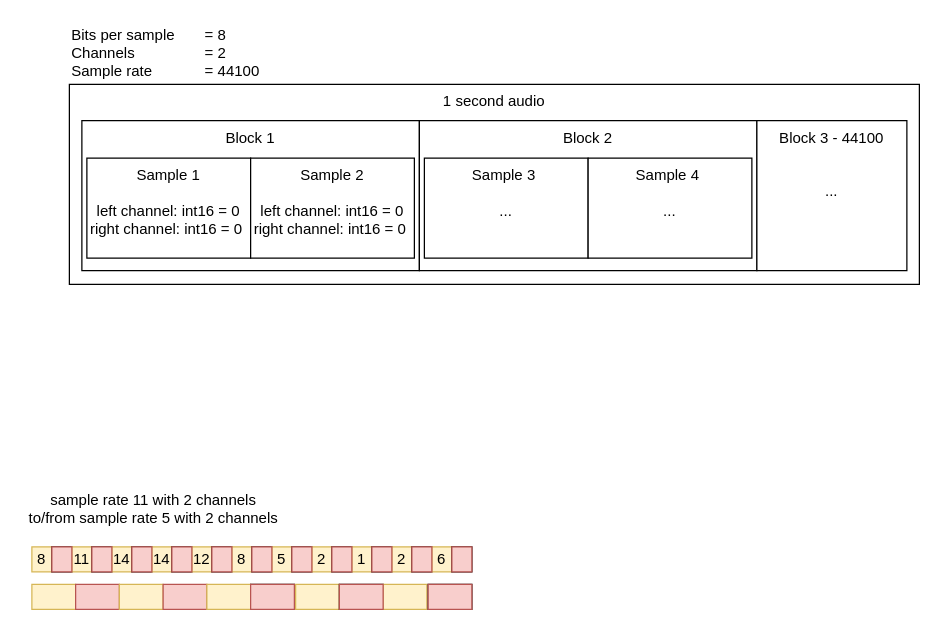
Above: resources/doc/wave_audio_stream.drawio in NtFreX/NtFreX.Audio (draw.io), before the change. Source tidied: cells renumbered, new cells numbered last; positions are measured from the earlier drawing's top-left corner, leaving out a move shared by most shapes. Both pictures are drawn from the tidied source at 125%, with x=0, y=0 at pixel (21, 21).
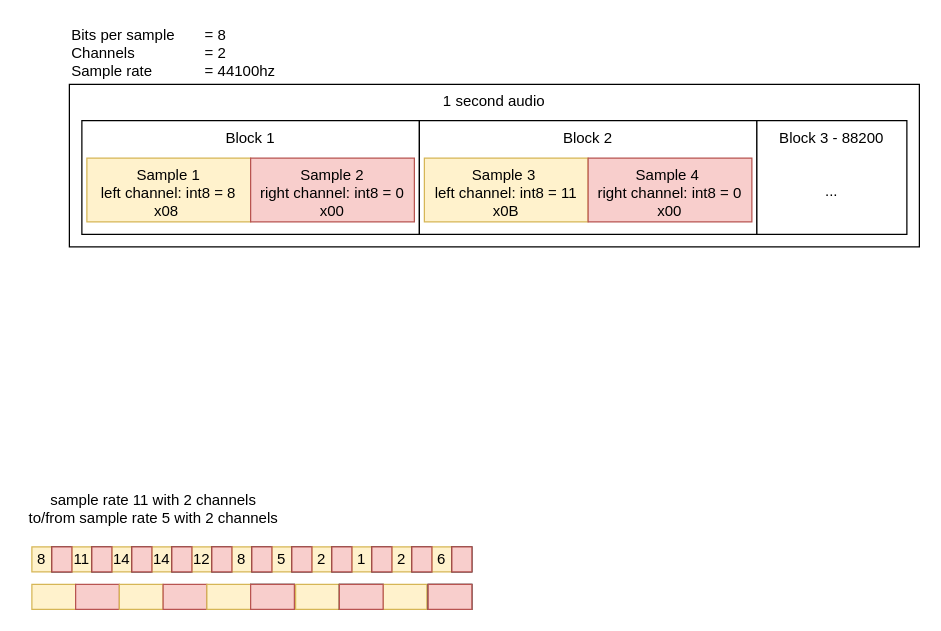
The same diagram, later.

What changed in the source:
```diff
@@
     <mxCell id="2" value="1 second audio" style="rounded=0;whiteSpace=wrap;html=1;align=center;verticalAlign=top;" parent="1" vertex="1">
-      <mxGeometry x="38" y="50" width="680" height="160" as="geometry" />
+      <mxGeometry x="38" y="50" width="680" height="130" as="geometry" />
     </mxCell>
     <mxCell id="3" value="Block 1" style="rounded=0;whiteSpace=wrap;html=1;align=center;verticalAlign=top;" parent="1" vertex="1">
-      <mxGeometry x="48" y="79" width="270" height="120" as="geometry" />
+      <mxGeometry x="48" y="79" width="270" height="91" as="geometry" />
     </mxCell>
-    <mxCell id="4" value="Sample 1&lt;br&gt;&lt;br&gt;left channel: int16 = 0&lt;br&gt;right channel: int16 = 0&amp;nbsp;" style="rounded=0;whiteSpace=wrap;html=1;verticalAlign=top;" parent="1" vertex="1">
-      <mxGeometry x="52" y="109" width="131" height="80" as="geometry" />
+    <mxCell id="4" value="Sample 1&lt;br&gt;left channel: int8 = 8&lt;br&gt;x08&amp;nbsp;" style="rounded=0;whiteSpace=wrap;html=1;verticalAlign=top;fillColor=#fff2cc;strokeColor=#d6b656;" parent="1" vertex="1">
+      <mxGeometry x="52" y="109" width="131" height="51" as="geometry" />
     </mxCell>
-    <mxCell id="5" value="Bits per sample &lt;span style=&quot;white-space: pre&quot;&gt;&#9;&lt;/span&gt;= 8&lt;br&gt;Channels&lt;span&gt;&#9;&lt;span style=&quot;white-space: pre&quot;&gt;&#9;&lt;/span&gt;&lt;span style=&quot;white-space: pre&quot;&gt;&#9;&lt;/span&gt;&lt;/span&gt;= 2&lt;br&gt;Sample rate&lt;span style=&quot;white-space: pre&quot;&gt;&#9;&lt;/span&gt;&lt;span style=&quot;white-space: pre&quot;&gt;&#9;&lt;/span&gt;= 44100" style="text;html=1;align=left;verticalAlign=middle;strokeColor=none;fillColor=none;" parent="1" vertex="1">
-      <mxGeometry x="38" width="170" height="50" as="geometry" />
+    <mxCell id="5" value="Bits per sample &lt;span style=&quot;white-space: pre&quot;&gt;&#9;&lt;/span&gt;= 8&lt;br&gt;Channels&lt;span&gt;&#9;&lt;span style=&quot;white-space: pre&quot;&gt;&#9;&lt;/span&gt;&lt;span style=&quot;white-space: pre&quot;&gt;&#9;&lt;/span&gt;&lt;/span&gt;= 2&lt;br&gt;Sample rate&lt;span style=&quot;white-space: pre&quot;&gt;&#9;&lt;/span&gt;&lt;span style=&quot;white-space: pre&quot;&gt;&#9;&lt;/span&gt;= 44100hz" style="text;html=1;align=left;verticalAlign=middle;strokeColor=none;fillColor=none;" parent="1" vertex="1">
+      <mxGeometry x="38" width="180" height="50" as="geometry" />
     </mxCell>
-    <mxCell id="6" value="Sample 2&lt;br&gt;&lt;br&gt;left channel: int16 = 0&lt;br&gt;right channel: int16 = 0&amp;nbsp;" style="rounded=0;whiteSpace=wrap;html=1;verticalAlign=top;" parent="1" vertex="1">
-      <mxGeometry x="183" y="109" width="131" height="80" as="geometry" />
+    <mxCell id="6" value="Sample 2&lt;br&gt;right channel: int8 = 0&lt;br&gt;x00" style="rounded=0;whiteSpace=wrap;html=1;verticalAlign=top;fillColor=#f8cecc;strokeColor=#b85450;" parent="1" vertex="1">
+      <mxGeometry x="183" y="109" width="131" height="51" as="geometry" />
     </mxCell>
     <mxCell id="7" value="Block 2" style="rounded=0;whiteSpace=wrap;html=1;align=center;verticalAlign=top;" parent="1" vertex="1">
-      <mxGeometry x="318" y="79" width="270" height="120" as="geometry" />
+      <mxGeometry x="318" y="79" width="270" height="91" as="geometry" />
     </mxCell>
-    <mxCell id="8" value="Sample 3&amp;nbsp;&lt;br&gt;&lt;br&gt;..." style="rounded=0;whiteSpace=wrap;html=1;verticalAlign=top;" parent="1" vertex="1">
-      <mxGeometry x="322" y="109" width="131" height="80" as="geometry" />
+    <mxCell id="8" value="Sample 3&amp;nbsp;&lt;br&gt;left channel: int8 = 11&lt;br&gt;x0B" style="rounded=0;whiteSpace=wrap;html=1;verticalAlign=top;fillColor=#fff2cc;strokeColor=#d6b656;" parent="1" vertex="1">
+      <mxGeometry x="322" y="109" width="131" height="51" as="geometry" />
     </mxCell>
-    <mxCell id="9" value="Sample 4&amp;nbsp;&lt;br&gt;&lt;br&gt;..." style="rounded=0;whiteSpace=wrap;html=1;verticalAlign=top;" parent="1" vertex="1">
-      <mxGeometry x="453" y="109" width="131" height="80" as="geometry" />
+    <mxCell id="9" value="Sample 4&amp;nbsp;&lt;br&gt;right channel: int8 = 0&lt;br&gt;x00" style="rounded=0;whiteSpace=wrap;html=1;verticalAlign=top;fillColor=#f8cecc;strokeColor=#b85450;" parent="1" vertex="1">
+      <mxGeometry x="453" y="109" width="131" height="51" as="geometry" />
     </mxCell>
-    <mxCell id="10" value="Block 3 -&amp;nbsp;&lt;span style=&quot;text-align: left&quot;&gt;44100&lt;br&gt;&lt;br&gt;&lt;br&gt;...&lt;br&gt;&lt;/span&gt;" style="rounded=0;whiteSpace=wrap;html=1;align=center;verticalAlign=top;" parent="1" vertex="1">
-      <mxGeometry x="588" y="79" width="120" height="120" as="geometry" />
+    <mxCell id="10" value="Block 3 - 882&lt;span style=&quot;text-align: left&quot;&gt;00&lt;br&gt;&lt;br&gt;&lt;br&gt;...&lt;br&gt;&lt;/span&gt;" style="rounded=0;whiteSpace=wrap;html=1;align=center;verticalAlign=top;" parent="1" vertex="1">
+      <mxGeometry x="588" y="79" width="120" height="91" as="geometry" />
     </mxCell>
```
